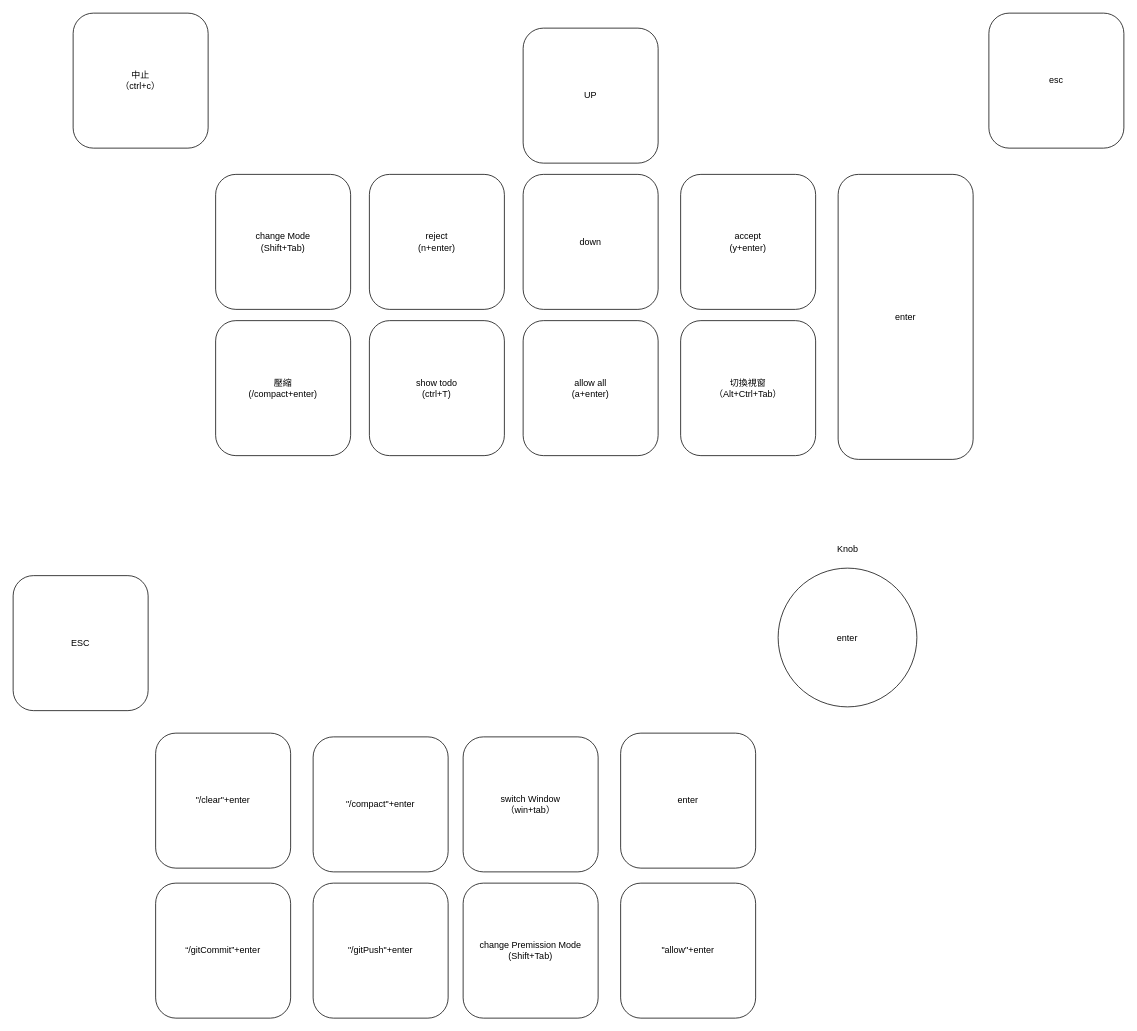
The draw.io diagram 按鈕佈局.drawio in pptl/claude_microPad, before the edit. Source tidied: cells renumbered, new cells numbered last; positions are measured from the earlier drawing's top-left corner, leaving out a move shared by most shapes. Both pictures are drawn from the tidied source at 75%, with x=0, y=0 at pixel (13, 13).
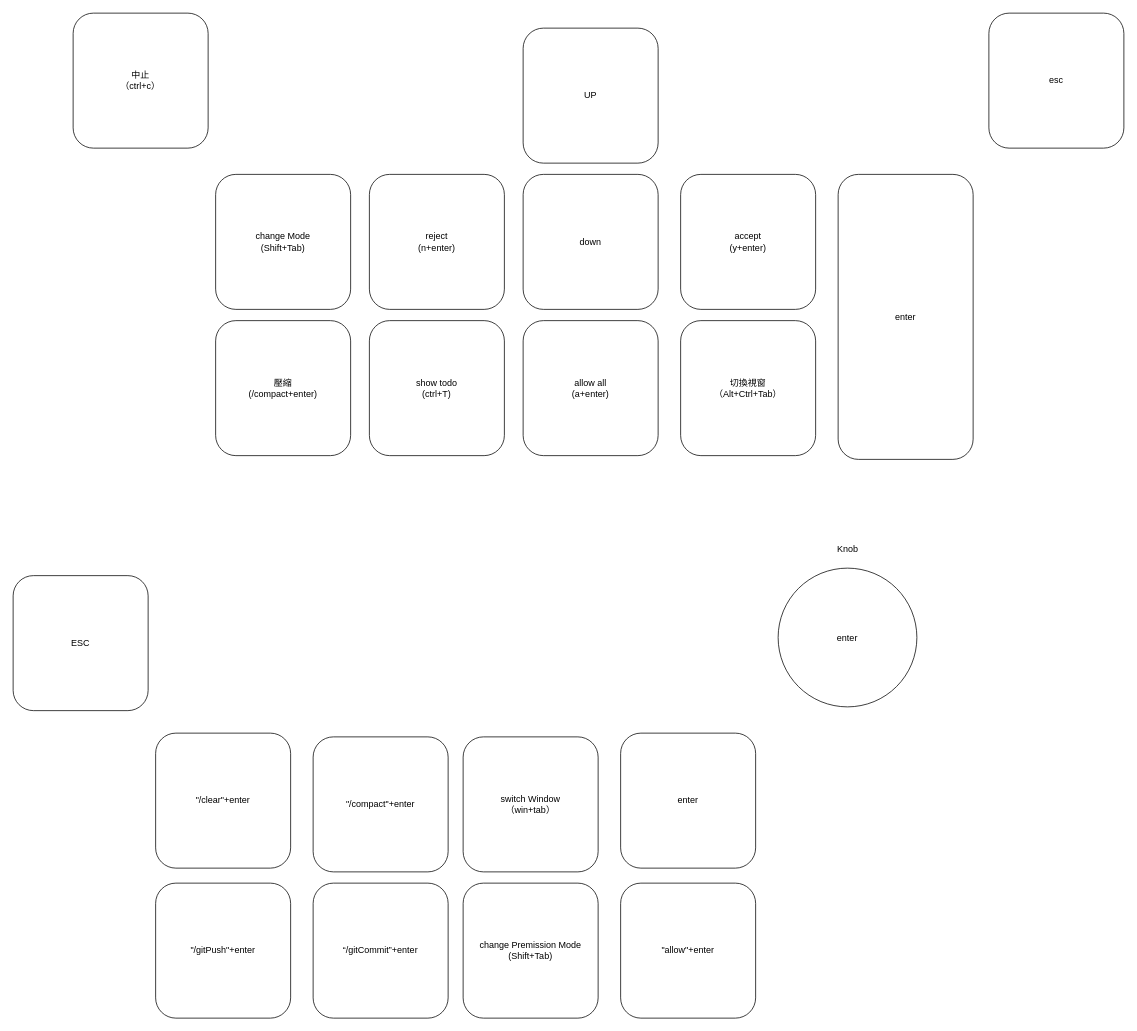
The same page after the edit.

Commit message (it also covers changes not shown here):
feat: update keymap layout — swap gitPush/gitCommit, remap knob to Enter

Change to the diagram source:
```diff
@@
-    <mxCell id="16" value="&quot;/gitPush&quot;+enter" style="rounded=1;whiteSpace=wrap;html=1;" parent="1" vertex="1">
+    <mxCell id="16" value="“/gitCommit”+enter" style="rounded=1;whiteSpace=wrap;html=1;" parent="1" vertex="1">
       <mxGeometry x="400" y="1160" width="180" height="180" as="geometry" />
     </mxCell>
@@
-    <mxCell id="20" value="“/gitCommit”+enter" style="rounded=1;whiteSpace=wrap;html=1;" parent="1" vertex="1">
+    <mxCell id="20" value="&quot;/gitPush&quot;+enter" style="rounded=1;whiteSpace=wrap;html=1;" parent="1" vertex="1">
       <mxGeometry x="190" y="1160" width="180" height="180" as="geometry" />
     </mxCell>
```
